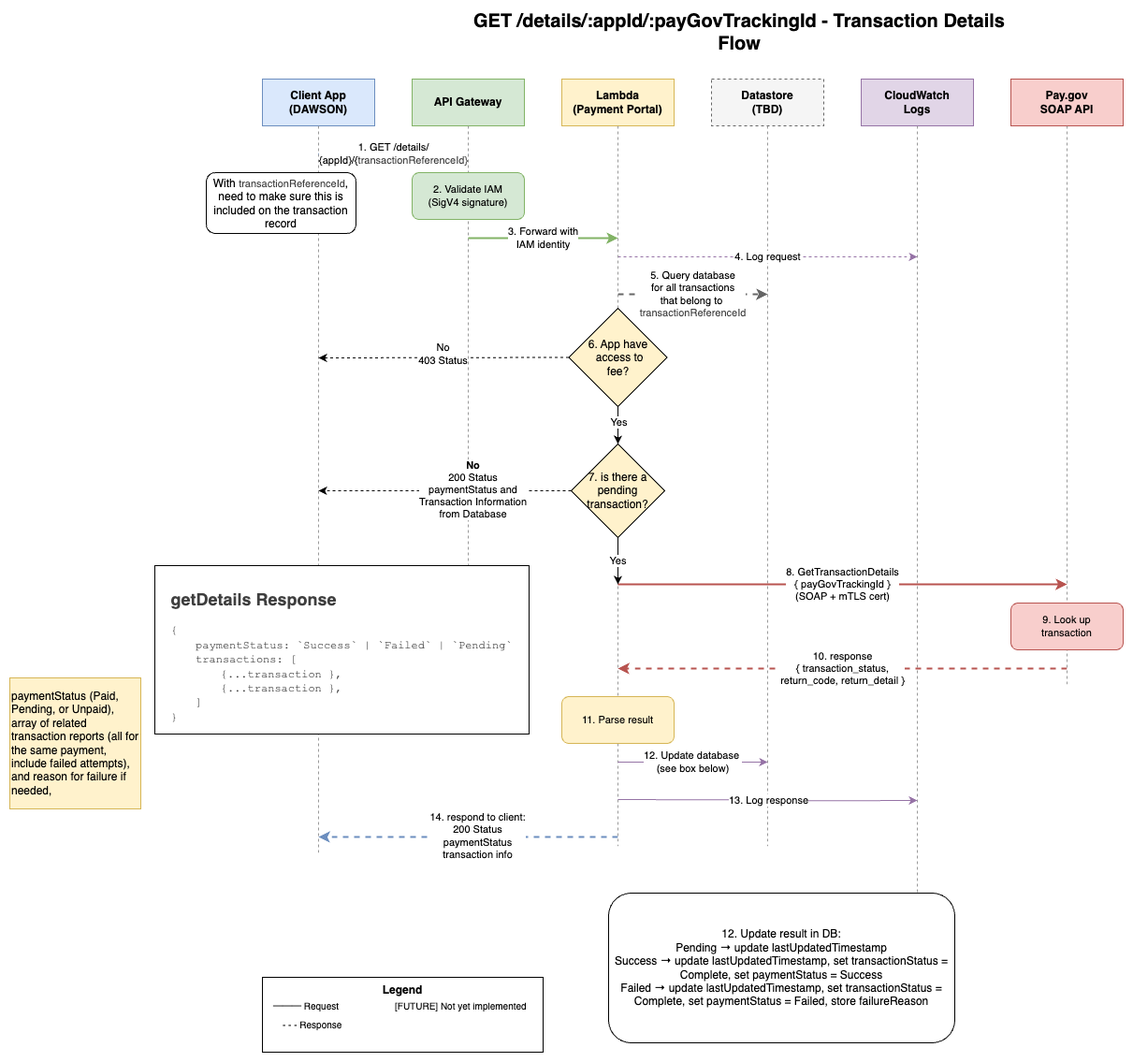
The draw.io diagram docs/diagrams/get-details-flow.png in ustaxcourt/ustc-payment-portal, before a commit. Source tidied: cells renumbered, new cells last; positions are measured from the earlier drawing's top-left corner, leaving out a move shared by most shapes.
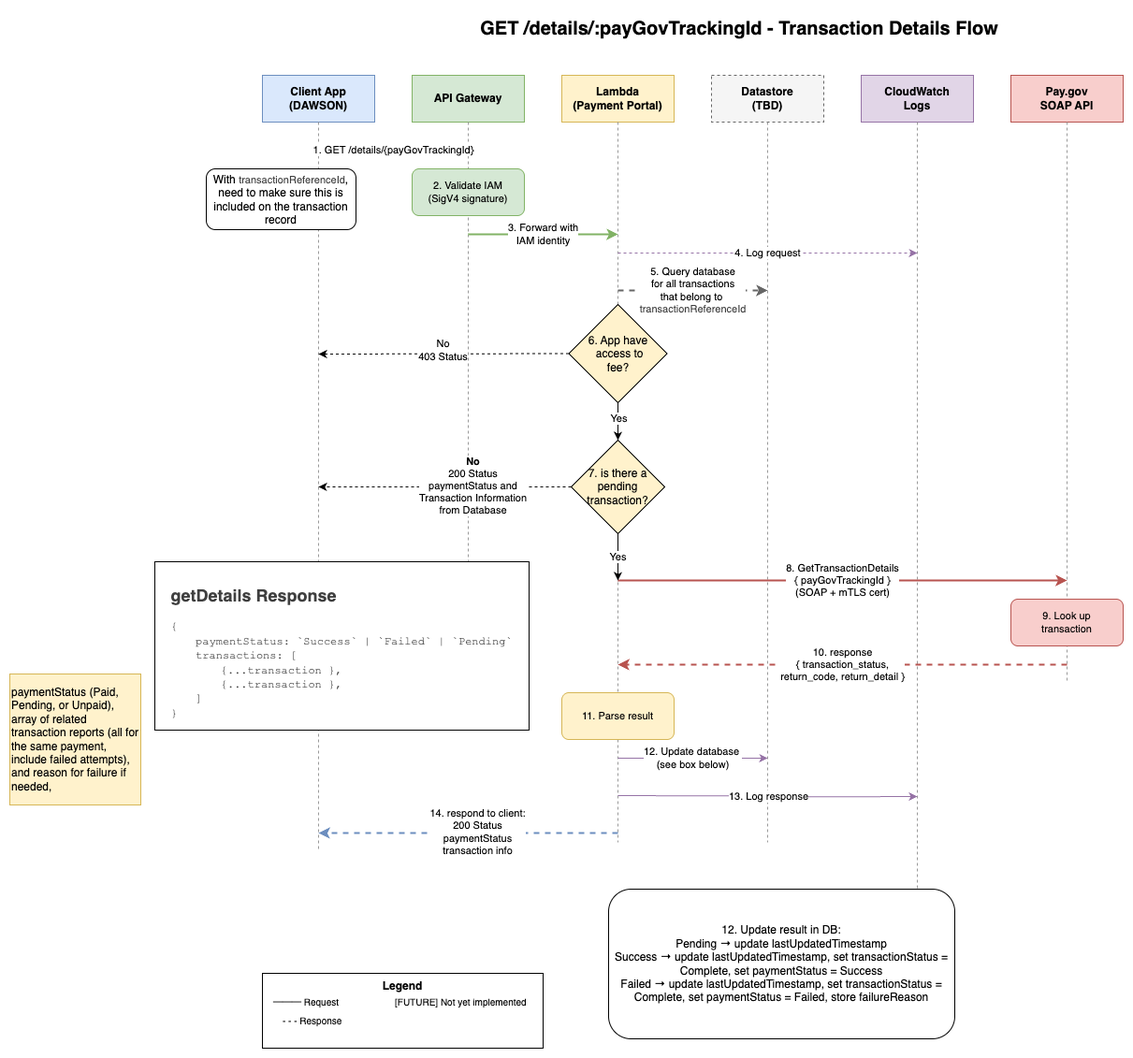
After the commit.

Diff of the diagram source:
```diff
@@ -2,7 +2,7 @@
   <root>
     <mxCell id="0" />
     <mxCell id="1" parent="0" />
-    <mxCell id="2" value="GET /details/:appId/:payGovTrackingId - Transaction Details Flow" style="text;html=1;strokeColor=none;fillColor=none;align=center;verticalAlign=middle;whiteSpace=wrap;rounded=0;fontSize=20;fontStyle=1;" parent="1" vertex="1">
+    <mxCell id="2" value="GET /details/:payGovTrackingId - Transaction Details Flow" style="text;html=1;strokeColor=none;fillColor=none;align=center;verticalAlign=middle;whiteSpace=wrap;rounded=0;fontSize=20;fontStyle=1;" parent="1" vertex="1">
       <mxGeometry x="480" width="600" height="40" as="geometry" />
     </mxCell>
     <mxCell id="3" value="Client App&#10;(DAWSON)" style="rounded=0;whiteSpace=wrap;html=1;fillColor=#dae8fc;strokeColor=#6c8ebf;fontSize=12;fontStyle=1;" parent="1" vertex="1">
@@ -58,7 +58,7 @@
         <mxPoint x="1130" y="720" as="targetPoint" />
       </mxGeometry>
     </mxCell>
-    <mxCell id="15" value="1. GET /details/&lt;br&gt;{appId}/{&lt;span style=&quot;color: rgb(63, 63, 63); background-color: light-dark(#ffffff, var(--ge-dark-color, #121212));&quot;&gt;&lt;span style=&quot;color: rgb(63, 63, 63);&quot;&gt;transactionReferenceId&lt;/span&gt;}&lt;/span&gt;" style="edgeStyle=orthogonalEdgeStyle;rounded=0;orthogonalLoop=1;jettySize=auto;html=1;strokeWidth=2;fillColor=#dae8fc;strokeColor=#6c8ebf;" parent="1" edge="1">
+    <mxCell id="15" value="1. GET /details/{payGovTrackingId}" style="edgeStyle=orthogonalEdgeStyle;rounded=0;orthogonalLoop=1;jettySize=auto;html=1;strokeWidth=2;fillColor=#dae8fc;strokeColor=#6c8ebf;" parent="1" edge="1">
       <mxGeometry relative="1" as="geometry">
         <mxPoint x="330" y="150" as="sourcePoint" />
         <mxPoint x="490" y="150" as="targetPoint" />
```
